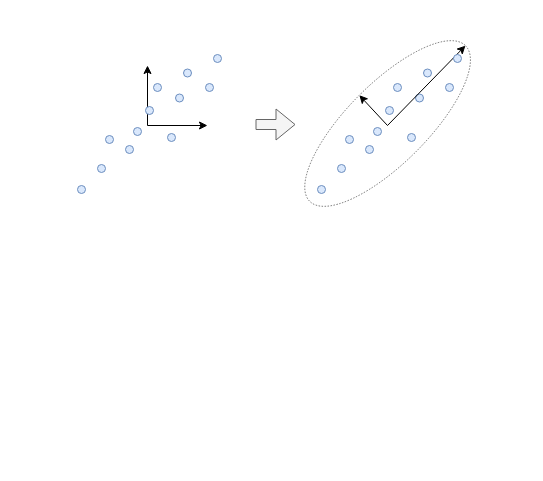
Before: assets/img/posts/2025-09-22-ica/pca_overview.drawio in hclimente/hclimente.github.io, a draw.io diagram. Source tidied: cells renumbered, new cells numbered last; positions are measured from the earlier drawing's top-left corner, leaving out a move shared by most shapes. Both pictures are drawn from the tidied source at 100%, with x=0, y=0 at pixel (77, 54).
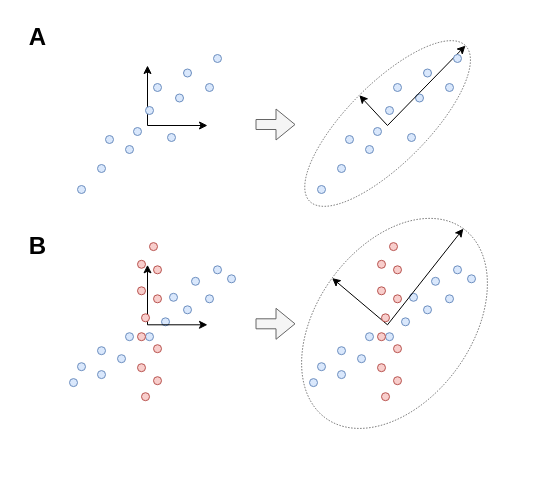
Above is the later version.

Change to the diagram source:
```diff
@@
+    <mxCell id="32" value="&lt;font style=&quot;font-size: 24px;&quot;&gt;&lt;b&gt;A&lt;/b&gt;&lt;/font&gt;" style="text;html=1;align=center;verticalAlign=middle;strokeColor=none;fillColor=none;" parent="1" vertex="1">
+      <mxGeometry x="-60" y="-36.9" width="40" height="40" as="geometry" />
+    </mxCell>
+    <mxCell id="33" value="&lt;font style=&quot;font-size: 24px;&quot;&gt;&lt;b&gt;B&lt;/b&gt;&lt;/font&gt;" style="text;html=1;align=center;verticalAlign=middle;strokeColor=none;fillColor=none;" parent="1" vertex="1">
+      <mxGeometry x="-60" y="172.1" width="40" height="40" as="geometry" />
+    </mxCell>
+    <mxCell id="34" style="ellipse;whiteSpace=wrap;html=1;rotation=306;fillColor=none;dashed=1;strokeWidth=0.5;" parent="1" vertex="1">
+      <mxGeometry x="199.9" y="191.8" width="234.2" height="154.2" as="geometry" />
+    </mxCell>
+    <mxCell id="35" style="endArrow=classic;html=1;rounded=0;" parent="1" edge="1">
+      <mxGeometry relative="1" as="geometry">
+        <mxPoint x="70" y="270.3" as="sourcePoint" />
+        <mxPoint x="70" y="210.3" as="targetPoint" />
+      </mxGeometry>
+    </mxCell>
+    <mxCell id="36" style="ellipse;whiteSpace=wrap;html=1;fillColor=#dae8fc;strokeColor=#6c8ebf;" parent="1" vertex="1">
+      <mxGeometry x="92" y="238.8" width="8" height="8" as="geometry" />
+    </mxCell>
+    <mxCell id="37" style="shape=flexArrow;endArrow=classic;html=1;rounded=0;fillColor=#f5f5f5;strokeColor=#666666;" parent="1" edge="1">
+      <mxGeometry relative="1" as="geometry">
+        <mxPoint x="178" y="269.3" as="sourcePoint" />
+        <mxPoint x="218" y="269.3" as="targetPoint" />
+      </mxGeometry>
+    </mxCell>
+    <mxCell id="38" style="ellipse;whiteSpace=wrap;html=1;fillColor=#dae8fc;strokeColor=#6c8ebf;" parent="1" vertex="1">
+      <mxGeometry x="106" y="251.3" width="8" height="8" as="geometry" />
+    </mxCell>
+    <mxCell id="39" style="ellipse;whiteSpace=wrap;html=1;fillColor=#f8cecc;strokeColor=#b85450;" parent="1" vertex="1">
+      <mxGeometry x="64" y="259.3" width="8" height="8" as="geometry" />
+    </mxCell>
+    <mxCell id="40" style="ellipse;whiteSpace=wrap;html=1;fillColor=#f8cecc;strokeColor=#b85450;" parent="1" vertex="1">
+      <mxGeometry x="76" y="240.3" width="8" height="8" as="geometry" />
+    </mxCell>
+    <mxCell id="41" style="ellipse;whiteSpace=wrap;html=1;fillColor=#dae8fc;strokeColor=#6c8ebf;" parent="1" vertex="1">
+      <mxGeometry x="114" y="222.8" width="8" height="8" as="geometry" />
+    </mxCell>
+    <mxCell id="42" style="ellipse;whiteSpace=wrap;html=1;fillColor=#f8cecc;strokeColor=#b85450;" parent="1" vertex="1">
+      <mxGeometry x="76" y="211.3" width="8" height="8" as="geometry" />
+    </mxCell>
+    <mxCell id="43" style="ellipse;whiteSpace=wrap;html=1;fillColor=#dae8fc;strokeColor=#6c8ebf;" parent="1" vertex="1">
+      <mxGeometry x="84" y="263.3" width="8" height="8" as="geometry" />
+    </mxCell>
+    <mxCell id="44" style="ellipse;whiteSpace=wrap;html=1;fillColor=#f8cecc;strokeColor=#b85450;" parent="1" vertex="1">
+      <mxGeometry x="60" y="205.8" width="8" height="8" as="geometry" />
+    </mxCell>
+    <mxCell id="45" style="ellipse;whiteSpace=wrap;html=1;fillColor=#dae8fc;strokeColor=#6c8ebf;" parent="1" vertex="1">
+      <mxGeometry x="150" y="220.3" width="8" height="8" as="geometry" />
+    </mxCell>
+    <mxCell id="46" style="ellipse;whiteSpace=wrap;html=1;fillColor=#dae8fc;strokeColor=#6c8ebf;" parent="1" vertex="1">
+      <mxGeometry x="136" y="211.3" width="8" height="8" as="geometry" />
+    </mxCell>
+    <mxCell id="47" style="ellipse;whiteSpace=wrap;html=1;fillColor=#dae8fc;strokeColor=#6c8ebf;" parent="1" vertex="1">
+      <mxGeometry x="128" y="240.3" width="8" height="8" as="geometry" />
+    </mxCell>
+    <mxCell id="48" style="endArrow=classic;html=1;rounded=0;" parent="1" edge="1">
+      <mxGeometry relative="1" as="geometry">
+        <mxPoint x="70" y="270.3" as="sourcePoint" />
+        <mxPoint x="130" y="270.3" as="targetPoint" />
+      </mxGeometry>
+    </mxCell>
+    <mxCell id="49" style="ellipse;whiteSpace=wrap;html=1;fillColor=#f8cecc;strokeColor=#b85450;" parent="1" vertex="1">
+      <mxGeometry x="60" y="232.3" width="8" height="8" as="geometry" />
+    </mxCell>
+    <mxCell id="50" style="ellipse;whiteSpace=wrap;html=1;fillColor=#f8cecc;strokeColor=#b85450;" parent="1" vertex="1">
+      <mxGeometry x="72" y="188.1" width="8" height="8" as="geometry" />
+    </mxCell>
+    <mxCell id="51" style="ellipse;whiteSpace=wrap;html=1;fillColor=#dae8fc;strokeColor=#6c8ebf;" parent="1" vertex="1">
+      <mxGeometry x="68" y="278.2" width="8" height="8" as="geometry" />
+    </mxCell>
+    <mxCell id="52" style="ellipse;whiteSpace=wrap;html=1;fillColor=#dae8fc;strokeColor=#6c8ebf;" parent="1" vertex="1">
+      <mxGeometry x="48" y="278.2" width="8" height="8" as="geometry" />
+    </mxCell>
+    <mxCell id="53" style="ellipse;whiteSpace=wrap;html=1;fillColor=#dae8fc;strokeColor=#6c8ebf;" parent="1" vertex="1">
+      <mxGeometry x="40" y="300.2" width="8" height="8" as="geometry" />
+    </mxCell>
+    <mxCell id="54" style="ellipse;whiteSpace=wrap;html=1;fillColor=#dae8fc;strokeColor=#6c8ebf;" parent="1" vertex="1">
+      <mxGeometry x="20" y="292.2" width="8" height="8" as="geometry" />
+    </mxCell>
+    <mxCell id="55" style="ellipse;whiteSpace=wrap;html=1;fillColor=#f8cecc;strokeColor=#b85450;" parent="1" vertex="1">
+      <mxGeometry x="76" y="290.2" width="8" height="8" as="geometry" />
+    </mxCell>
+    <mxCell id="56" style="ellipse;whiteSpace=wrap;html=1;fillColor=#dae8fc;strokeColor=#6c8ebf;" parent="1" vertex="1">
+      <mxGeometry x="20" y="316.1" width="8" height="8" as="geometry" />
+    </mxCell>
+    <mxCell id="57" style="ellipse;whiteSpace=wrap;html=1;fillColor=#f8cecc;strokeColor=#b85450;" parent="1" vertex="1">
+      <mxGeometry x="60" y="278.2" width="8" height="8" as="geometry" />
+    </mxCell>
+    <mxCell id="58" style="ellipse;whiteSpace=wrap;html=1;fillColor=#f8cecc;strokeColor=#b85450;" parent="1" vertex="1">
+      <mxGeometry x="60" y="309.2" width="8" height="8" as="geometry" />
+    </mxCell>
+    <mxCell id="59" style="ellipse;whiteSpace=wrap;html=1;fillColor=#f8cecc;strokeColor=#b85450;" parent="1" vertex="1">
+      <mxGeometry x="76" y="322.2" width="8" height="8" as="geometry" />
+    </mxCell>
+    <mxCell id="60" style="ellipse;whiteSpace=wrap;html=1;fillColor=#f8cecc;strokeColor=#b85450;" parent="1" vertex="1">
+      <mxGeometry x="64" y="338.2" width="8" height="8" as="geometry" />
+    </mxCell>
+    <mxCell id="61" style="ellipse;whiteSpace=wrap;html=1;fillColor=#dae8fc;strokeColor=#6c8ebf;" parent="1" vertex="1">
+      <mxGeometry x="-8" y="324.1" width="8" height="8" as="geometry" />
+    </mxCell>
+    <mxCell id="62" style="ellipse;whiteSpace=wrap;html=1;fillColor=#dae8fc;strokeColor=#6c8ebf;" parent="1" vertex="1">
+      <mxGeometry y="308.2" width="8" height="8" as="geometry" />
+    </mxCell>
+    <mxCell id="63" style="endArrow=classic;html=1;rounded=0;entryX=0.5;entryY=0;entryDx=0;entryDy=0;" parent="1" edge="1" target="34">
+      <mxGeometry relative="1" as="geometry">
+        <mxPoint x="310" y="270.3" as="sourcePoint" />
+      </mxGeometry>
+    </mxCell>
+    <mxCell id="64" style="ellipse;whiteSpace=wrap;html=1;fillColor=#dae8fc;strokeColor=#6c8ebf;" parent="1" vertex="1">
+      <mxGeometry x="332" y="238.8" width="8" height="8" as="geometry" />
+    </mxCell>
+    <mxCell id="65" style="ellipse;whiteSpace=wrap;html=1;fillColor=#dae8fc;strokeColor=#6c8ebf;" parent="1" vertex="1">
+      <mxGeometry x="346" y="251.3" width="8" height="8" as="geometry" />
+    </mxCell>
+    <mxCell id="66" style="ellipse;whiteSpace=wrap;html=1;fillColor=#f8cecc;strokeColor=#b85450;" parent="1" vertex="1">
+      <mxGeometry x="304" y="259.3" width="8" height="8" as="geometry" />
+    </mxCell>
+    <mxCell id="67" style="ellipse;whiteSpace=wrap;html=1;fillColor=#f8cecc;strokeColor=#b85450;" parent="1" vertex="1">
+      <mxGeometry x="316" y="240.3" width="8" height="8" as="geometry" />
+    </mxCell>
+    <mxCell id="68" style="ellipse;whiteSpace=wrap;html=1;fillColor=#dae8fc;strokeColor=#6c8ebf;" parent="1" vertex="1">
+      <mxGeometry x="354" y="222.8" width="8" height="8" as="geometry" />
+    </mxCell>
+    <mxCell id="69" style="ellipse;whiteSpace=wrap;html=1;fillColor=#f8cecc;strokeColor=#b85450;" parent="1" vertex="1">
+      <mxGeometry x="316" y="211.3" width="8" height="8" as="geometry" />
+    </mxCell>
+    <mxCell id="70" style="ellipse;whiteSpace=wrap;html=1;fillColor=#dae8fc;strokeColor=#6c8ebf;" parent="1" vertex="1">
+      <mxGeometry x="324" y="263.3" width="8" height="8" as="geometry" />
+    </mxCell>
+    <mxCell id="71" style="ellipse;whiteSpace=wrap;html=1;fillColor=#f8cecc;strokeColor=#b85450;" parent="1" vertex="1">
+      <mxGeometry x="300" y="205.8" width="8" height="8" as="geometry" />
+    </mxCell>
+    <mxCell id="72" style="ellipse;whiteSpace=wrap;html=1;fillColor=#dae8fc;strokeColor=#6c8ebf;" parent="1" vertex="1">
+      <mxGeometry x="390" y="220.3" width="8" height="8" as="geometry" />
+    </mxCell>
+    <mxCell id="73" style="ellipse;whiteSpace=wrap;html=1;fillColor=#dae8fc;strokeColor=#6c8ebf;" parent="1" vertex="1">
+      <mxGeometry x="376" y="211.3" width="8" height="8" as="geometry" />
+    </mxCell>
+    <mxCell id="74" style="ellipse;whiteSpace=wrap;html=1;fillColor=#dae8fc;strokeColor=#6c8ebf;" parent="1" vertex="1">
+      <mxGeometry x="368" y="240.3" width="8" height="8" as="geometry" />
+    </mxCell>
+    <mxCell id="75" style="endArrow=classic;html=1;rounded=0;entryX=1;entryY=0.5;entryDx=0;entryDy=0;" parent="1" edge="1" target="34">
+      <mxGeometry relative="1" as="geometry">
+        <mxPoint x="310" y="270.3" as="sourcePoint" />
+      </mxGeometry>
+    </mxCell>
+    <mxCell id="76" style="ellipse;whiteSpace=wrap;html=1;fillColor=#f8cecc;strokeColor=#b85450;" parent="1" vertex="1">
+      <mxGeometry x="300" y="232.3" width="8" height="8" as="geometry" />
+    </mxCell>
+    <mxCell id="77" style="ellipse;whiteSpace=wrap;html=1;fillColor=#f8cecc;strokeColor=#b85450;" parent="1" vertex="1">
+      <mxGeometry x="312" y="188.1" width="8" height="8" as="geometry" />
+    </mxCell>
+    <mxCell id="78" style="ellipse;whiteSpace=wrap;html=1;fillColor=#dae8fc;strokeColor=#6c8ebf;" parent="1" vertex="1">
+      <mxGeometry x="308" y="278.2" width="8" height="8" as="geometry" />
+    </mxCell>
+    <mxCell id="79" style="ellipse;whiteSpace=wrap;html=1;fillColor=#dae8fc;strokeColor=#6c8ebf;" parent="1" vertex="1">
+      <mxGeometry x="288" y="278.2" width="8" height="8" as="geometry" />
+    </mxCell>
+    <mxCell id="80" style="ellipse;whiteSpace=wrap;html=1;fillColor=#dae8fc;strokeColor=#6c8ebf;" parent="1" vertex="1">
+      <mxGeometry x="280" y="300.2" width="8" height="8" as="geometry" />
+    </mxCell>
+    <mxCell id="81" style="ellipse;whiteSpace=wrap;html=1;fillColor=#dae8fc;strokeColor=#6c8ebf;" parent="1" vertex="1">
+      <mxGeometry x="260" y="292.2" width="8" height="8" as="geometry" />
+    </mxCell>
+    <mxCell id="82" style="ellipse;whiteSpace=wrap;html=1;fillColor=#f8cecc;strokeColor=#b85450;" parent="1" vertex="1">
+      <mxGeometry x="316" y="290.2" width="8" height="8" as="geometry" />
+    </mxCell>
+    <mxCell id="83" style="ellipse;whiteSpace=wrap;html=1;fillColor=#dae8fc;strokeColor=#6c8ebf;" parent="1" vertex="1">
+      <mxGeometry x="260" y="316.1" width="8" height="8" as="geometry" />
+    </mxCell>
+    <mxCell id="84" style="ellipse;whiteSpace=wrap;html=1;fillColor=#f8cecc;strokeColor=#b85450;" parent="1" vertex="1">
+      <mxGeometry x="300" y="278.2" width="8" height="8" as="geometry" />
+    </mxCell>
+    <mxCell id="85" style="ellipse;whiteSpace=wrap;html=1;fillColor=#f8cecc;strokeColor=#b85450;" parent="1" vertex="1">
+      <mxGeometry x="300" y="309.2" width="8" height="8" as="geometry" />
+    </mxCell>
+    <mxCell id="86" style="ellipse;whiteSpace=wrap;html=1;fillColor=#f8cecc;strokeColor=#b85450;" parent="1" vertex="1">
+      <mxGeometry x="316" y="322.2" width="8" height="8" as="geometry" />
+    </mxCell>
+    <mxCell id="87" style="ellipse;whiteSpace=wrap;html=1;fillColor=#f8cecc;strokeColor=#b85450;" parent="1" vertex="1">
+      <mxGeometry x="304" y="338.2" width="8" height="8" as="geometry" />
+    </mxCell>
+    <mxCell id="88" style="ellipse;whiteSpace=wrap;html=1;fillColor=#dae8fc;strokeColor=#6c8ebf;" parent="1" vertex="1">
+      <mxGeometry x="232" y="324.1" width="8" height="8" as="geometry" />
+    </mxCell>
+    <mxCell id="89" style="ellipse;whiteSpace=wrap;html=1;fillColor=#dae8fc;strokeColor=#6c8ebf;" parent="1" vertex="1">
+      <mxGeometry x="240" y="308.2" width="8" height="8" as="geometry" />
+    </mxCell>
```
